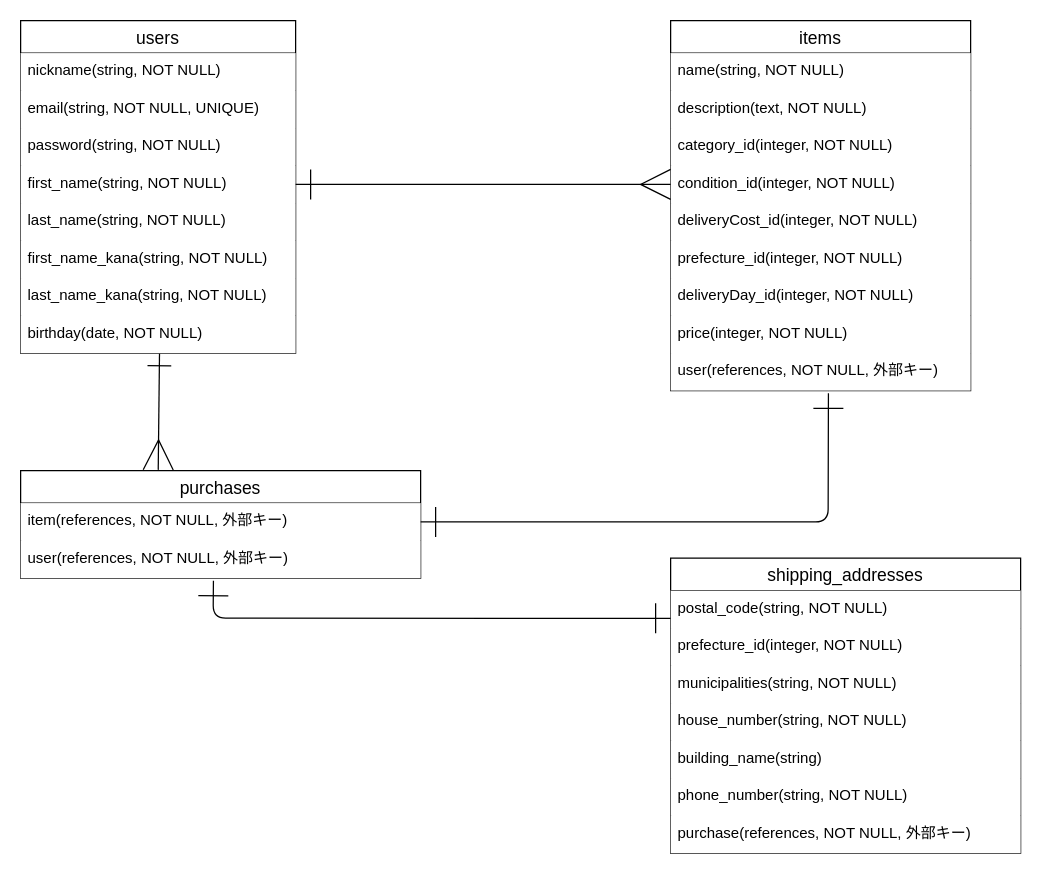
Above: ER-furima.dio in iguanakun/furima-39961 (draw.io), before the change. Source tidied: cells renumbered, new cells numbered last; positions are measured from the earlier drawing's top-left corner, leaving out a move shared by most shapes. Both pictures are drawn from the tidied source at 125%, with x=0, y=0 at pixel (20, 20).
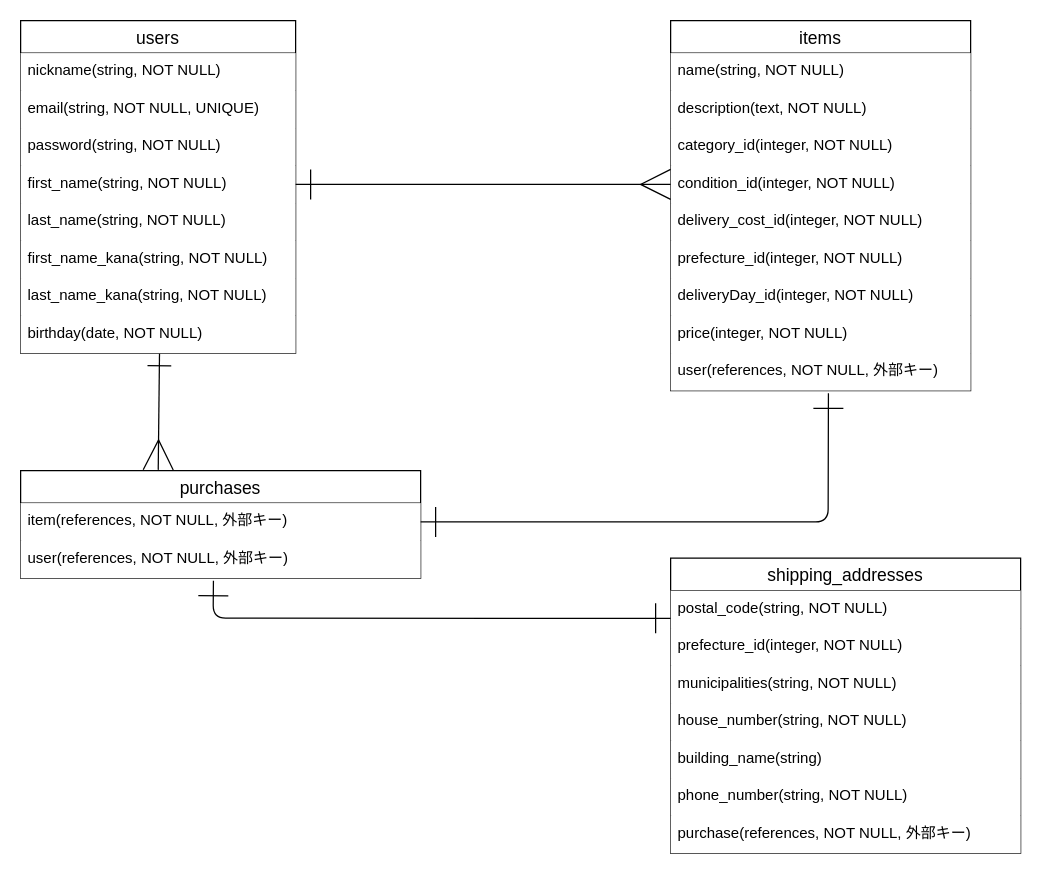
The same page after the edit.

Unchanged cells that the change refers to:
```xml
<mxCell id="11" value="items" style="swimlane;fontStyle=0;horizontal=1;startSize=26;align=center;fontSize=14;" parent="1" vertex="1">
  <mxGeometry x="520" width="240" height="296" as="geometry" />
</mxCell>
```

Diff of the diagram source:
```diff
@@
-    <mxCell id="16" value="deliveryCost_id(integer, NOT NULL)" style="text;strokeColor=none;fillColor=default;spacingLeft=4;spacingRight=4;overflow=hidden;fontSize=12;" parent="11" vertex="1">
+    <mxCell id="16" value="delivery_cost_id(integer, NOT NULL)" style="text;strokeColor=none;fillColor=default;spacingLeft=4;spacingRight=4;overflow=hidden;fontSize=12;" parent="11" vertex="1">
       <mxGeometry y="146" width="240" height="30" as="geometry" />
     </mxCell>
```
